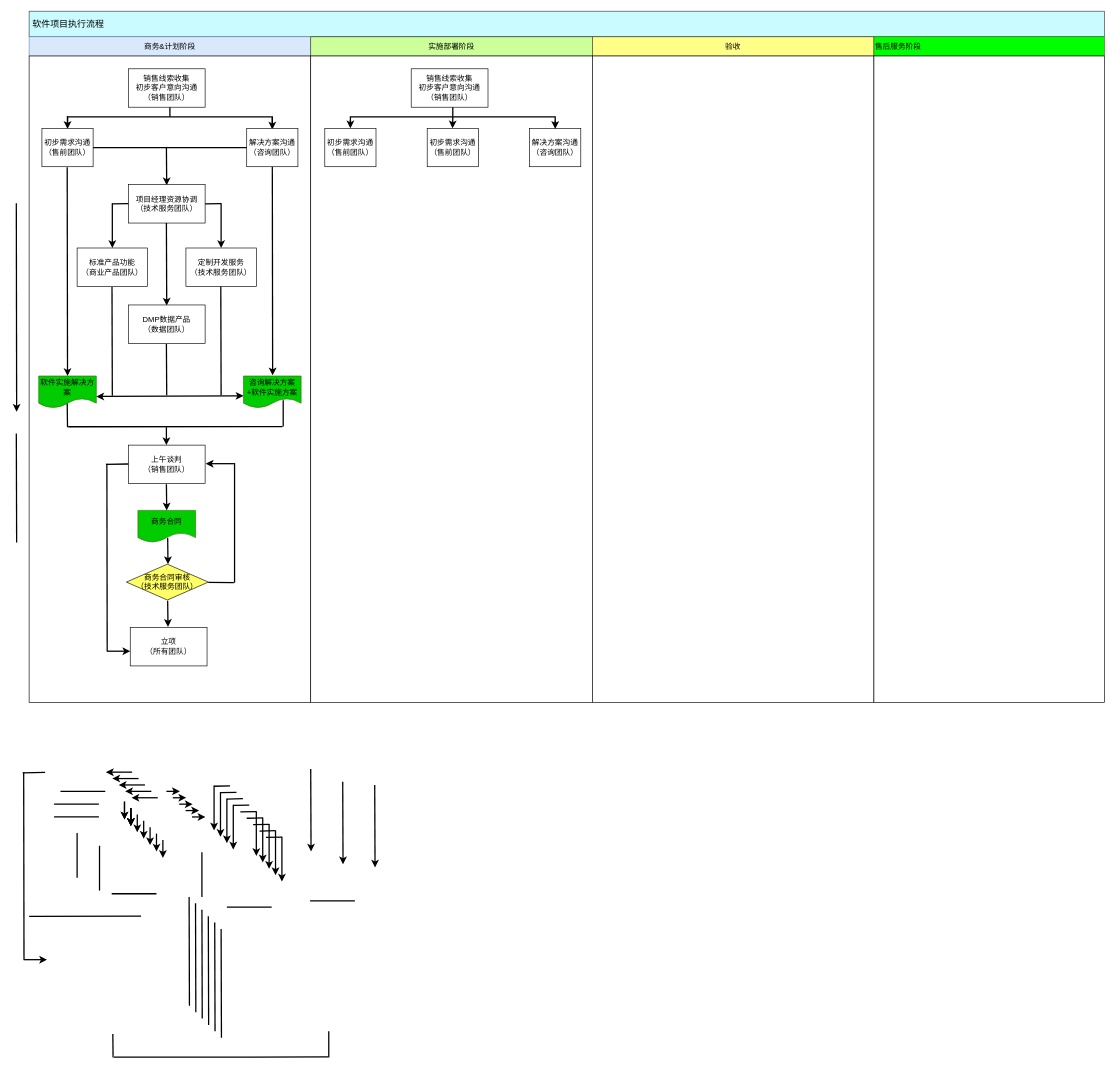
Earlier version of the draw.io diagram 未命名绘图.drawio (pingxinerlun/Demo). Source tidied: cells renumbered, new cells numbered last; positions are measured from the earlier drawing's top-left corner, leaving out a move shared by most shapes. Both pictures are drawn from the tidied source at 64%, with x=0, y=0 at pixel (16, 11).
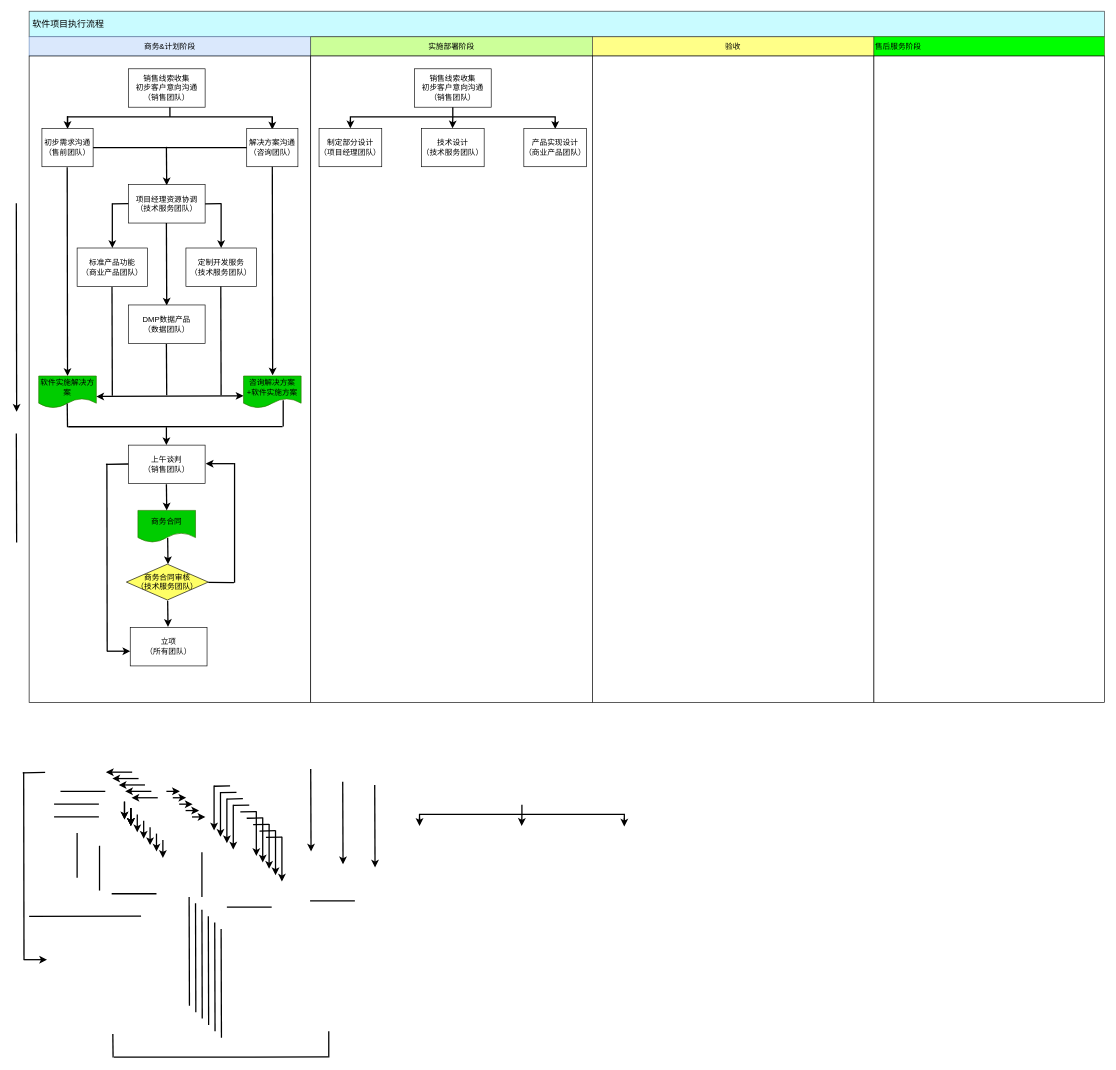
The same page after the edit.

The edit, as a diff of the source:
```diff
@@
     <mxCell id="119" value="销售线索收集&lt;br&gt;初步客户意向沟通&lt;br&gt;（销售团队）" style="rounded=0;whiteSpace=wrap;html=1;fillColor=#FFFFFF;align=center;" parent="1" vertex="1">
-      <mxGeometry x="617" y="90" width="120" height="60" as="geometry" />
+      <mxGeometry x="622" y="90" width="120" height="60" as="geometry" />
     </mxCell>
@@
-    <mxCell id="121" value="初步需求沟通&lt;br&gt;（售前团队）" style="rounded=0;whiteSpace=wrap;html=1;fillColor=#FFFFFF;align=center;" parent="1" vertex="1">
-      <mxGeometry x="482" y="183" width="80" height="60" as="geometry" />
+    <mxCell id="121" value="制定部分设计&lt;br&gt;（项目经理团队）" style="rounded=0;whiteSpace=wrap;html=1;fillColor=#FFFFFF;align=center;" parent="1" vertex="1">
+      <mxGeometry x="473" y="183" width="98" height="60" as="geometry" />
     </mxCell>
-    <mxCell id="122" value="解决方案沟通&lt;br&gt;（咨询团队）" style="rounded=0;whiteSpace=wrap;html=1;fillColor=#FFFFFF;align=center;" parent="1" vertex="1">
-      <mxGeometry x="802" y="183" width="80" height="60" as="geometry" />
-    </mxCell>
@@
-    <mxCell id="125" value="初步需求沟通&lt;br&gt;（售前团队）" style="rounded=0;whiteSpace=wrap;html=1;fillColor=#FFFFFF;align=center;" parent="1" vertex="1">
-      <mxGeometry x="642" y="183" width="80" height="60" as="geometry" />
-    </mxCell>
@@
+    <mxCell id="127" style="strokeWidth=2;html=1;shape=mxgraph.flowchart.annotation_2;align=left;labelPosition=right;fillColor=#FFFFFF;direction=south;" parent="1" vertex="1">
+      <mxGeometry x="630" y="1240" width="320" height="30" as="geometry" />
+    </mxCell>
+    <mxCell id="128" style="endArrow=classic;html=1;endSize=6;strokeWidth=2;" parent="1" edge="1">
+      <mxGeometry relative="1" as="geometry">
+        <mxPoint x="630" y="1260" as="sourcePoint" />
+        <mxPoint x="630" y="1273" as="targetPoint" />
+      </mxGeometry>
+    </mxCell>
+    <mxCell id="129" style="endArrow=classic;html=1;endSize=6;strokeWidth=2;" parent="1" edge="1">
+      <mxGeometry relative="1" as="geometry">
+        <mxPoint x="950" y="1261" as="sourcePoint" />
+        <mxPoint x="950" y="1274" as="targetPoint" />
+      </mxGeometry>
+    </mxCell>
+    <mxCell id="130" style="endArrow=classic;html=1;endSize=6;strokeWidth=2;" parent="1" edge="1">
+      <mxGeometry relative="1" as="geometry">
+        <mxPoint x="790" y="1255" as="sourcePoint" />
+        <mxPoint x="789.6" y="1273" as="targetPoint" />
+      </mxGeometry>
+    </mxCell>
+    <mxCell id="131" value="技术设计&lt;br&gt;（技术服务团队）" style="rounded=0;whiteSpace=wrap;html=1;fillColor=#FFFFFF;align=center;" parent="1" vertex="1">
+      <mxGeometry x="633" y="183" width="98" height="60" as="geometry" />
+    </mxCell>
+    <mxCell id="132" value="产品实现设计&lt;br&gt;（商业产品团队）" style="rounded=0;whiteSpace=wrap;html=1;fillColor=#FFFFFF;align=center;" parent="1" vertex="1">
+      <mxGeometry x="793" y="183" width="98" height="60" as="geometry" />
+    </mxCell>
```
